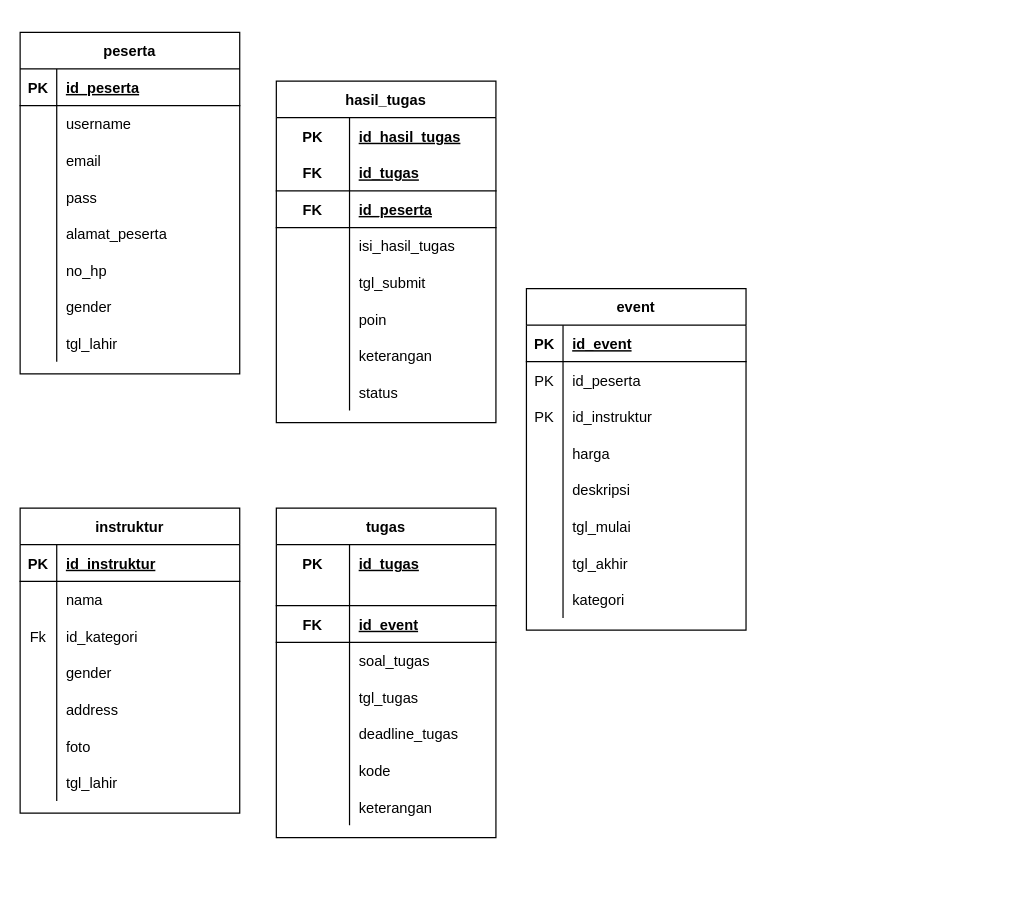
Earlier version of the draw.io diagram erdDashboard.drawio (WahyuOzora1/DiklatBDI). Source tidied: cells renumbered, new cells numbered last; positions are measured from the earlier drawing's top-left corner, leaving out a move shared by most shapes. Both pictures are drawn from the tidied source at 122%, with x=0, y=0 at pixel (20, 32).
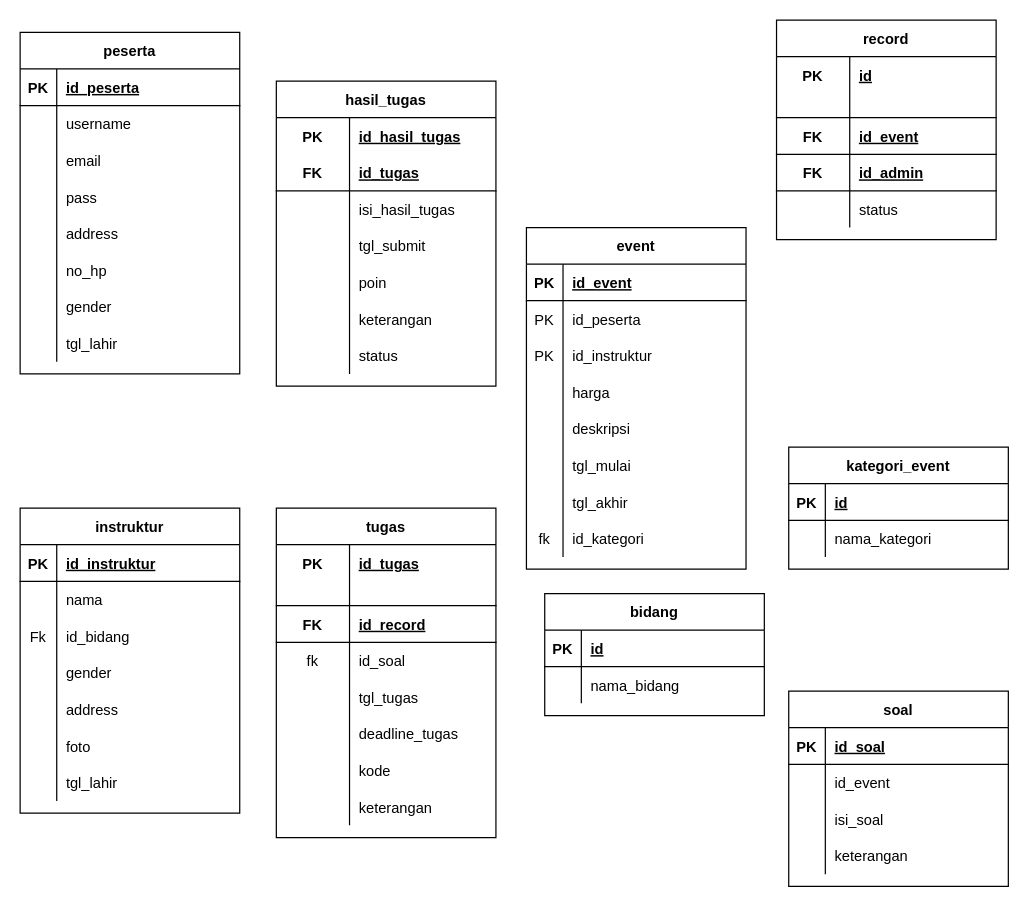
The same page after the edit.

Unchanged cells that the change refers to:
```xml
<mxCell id="15" style="shape=partialRectangle;fillColor=none;top=0;left=0;bottom=0;right=0;" parent="2" vertex="1">
  <mxGeometry y="150" width="180" height="30" as="geometry" />
</mxCell>
<mxCell id="74" style="shape=partialRectangle;fillColor=none;top=0;left=0;bottom=0;right=0;" parent="52" vertex="1">
  <mxGeometry y="240" width="180" height="30" as="geometry" />
</mxCell>
<mxCell id="84" style="shape=partialRectangle;fillColor=none;top=0;left=0;bottom=0;right=0;" parent="77" vertex="1">
  <mxGeometry y="90" width="180" height="30" as="geometry" />
</mxCell>
<mxCell id="106" style="shape=partialRectangle;fillColor=none;top=0;left=0;bottom=1;right=0;" parent="99" vertex="1">
  <mxGeometry y="80" width="180" height="30" as="geometry" />
</mxCell>
<mxCell id="109" style="shape=partialRectangle;fillColor=none;top=0;left=0;bottom=0;right=0;" parent="99" vertex="1">
  <mxGeometry y="110" width="180" height="30" as="geometry" />
</mxCell>
```

What changed in the source:
```diff
@@
-    <mxCell id="17" value="alamat_peserta" style="shape=partialRectangle;fillColor=none;top=0;left=0;bottom=0;right=0;align=left;spacingLeft=6;overflow=hidden;" parent="15" vertex="1">
+    <mxCell id="17" value="address" style="shape=partialRectangle;fillColor=none;top=0;left=0;bottom=0;right=0;align=left;spacingLeft=6;overflow=hidden;" parent="15" vertex="1">
       <mxGeometry x="30" width="150" height="30" as="geometry" />
     </mxCell>
@@
     <mxCell id="27" value="hasil_tugas" style="shape=table;startSize=30;childLayout=tableLayout;rowLines=0;fontStyle=1;align=center;" parent="1" vertex="1">
-      <mxGeometry x="210" y="40" width="180" height="280" as="geometry" />
+      <mxGeometry x="210" y="40" width="180" height="250" as="geometry" />
     </mxCell>
@@
-    <mxCell id="34" style="shape=partialRectangle;fillColor=none;top=0;left=0;bottom=1;right=0;" parent="27" vertex="1">
-      <mxGeometry y="90" width="180" height="30" as="geometry" />
-    </mxCell>
-    <mxCell id="35" value="FK" style="shape=partialRectangle;fillColor=none;top=0;left=0;bottom=0;right=0;fontStyle=1;overflow=hidden;" parent="34" vertex="1">
-      <mxGeometry width="60" height="30" as="geometry" />
-    </mxCell>
-    <mxCell id="36" value="id_peserta" style="shape=partialRectangle;fillColor=none;top=0;left=0;bottom=0;right=0;align=left;spacingLeft=6;fontStyle=5;overflow=hidden;" parent="34" vertex="1">
-      <mxGeometry x="60" width="120" height="30" as="geometry" />
-    </mxCell>
     <mxCell id="37" style="shape=partialRectangle;fillColor=none;top=0;left=0;bottom=0;right=0;" parent="27" vertex="1">
-      <mxGeometry y="120" width="180" height="30" as="geometry" />
+      <mxGeometry y="90" width="180" height="30" as="geometry" />
     </mxCell>
@@
     <mxCell id="40" style="shape=partialRectangle;fillColor=none;top=0;left=0;bottom=0;right=0;" parent="27" vertex="1">
-      <mxGeometry y="150" width="180" height="30" as="geometry" />
+      <mxGeometry y="120" width="180" height="30" as="geometry" />
     </mxCell>
@@
     <mxCell id="43" style="shape=partialRectangle;fillColor=none;top=0;left=0;bottom=0;right=0;" parent="27" vertex="1">
-      <mxGeometry y="180" width="180" height="30" as="geometry" />
+      <mxGeometry y="150" width="180" height="30" as="geometry" />
     </mxCell>
@@
     <mxCell id="46" style="shape=partialRectangle;fillColor=none;top=0;left=0;bottom=0;right=0;" parent="27" vertex="1">
-      <mxGeometry y="210" width="180" height="30" as="geometry" />
+      <mxGeometry y="180" width="180" height="30" as="geometry" />
     </mxCell>
@@
     <mxCell id="49" style="shape=partialRectangle;fillColor=none;top=0;left=0;bottom=0;right=0;" parent="27" vertex="1">
-      <mxGeometry y="240" width="180" height="30" as="geometry" />
+      <mxGeometry y="210" width="180" height="30" as="geometry" />
     </mxCell>
@@
     <mxCell id="52" value="event" style="shape=table;startSize=30;childLayout=tableLayout;rowLines=0;fontStyle=1;align=center;" parent="1" vertex="1">
-      <mxGeometry x="415" y="210" width="180" height="280" as="geometry" />
+      <mxGeometry x="415" y="160" width="180" height="280" as="geometry" />
     </mxCell>
@@
-    <mxCell id="75" style="shape=partialRectangle;fillColor=none;top=0;left=0;bottom=0;right=0;overflow=hidden;" parent="74" vertex="1">
+    <mxCell id="75" value="fk" style="shape=partialRectangle;fillColor=none;top=0;left=0;bottom=0;right=0;overflow=hidden;" parent="74" vertex="1">
       <mxGeometry width="30" height="30" as="geometry" />
     </mxCell>
-    <mxCell id="76" value="kategori" style="shape=partialRectangle;fillColor=none;top=0;left=0;bottom=0;right=0;align=left;spacingLeft=6;overflow=hidden;" parent="74" vertex="1">
+    <mxCell id="76" value="id_kategori" style="shape=partialRectangle;fillColor=none;top=0;left=0;bottom=0;right=0;align=left;spacingLeft=6;overflow=hidden;" parent="74" vertex="1">
       <mxGeometry x="30" width="150" height="30" as="geometry" />
     </mxCell>
@@
-    <mxCell id="86" value="id_kategori" style="shape=partialRectangle;fillColor=none;top=0;left=0;bottom=0;right=0;align=left;spacingLeft=6;overflow=hidden;" parent="84" vertex="1">
+    <mxCell id="86" value="id_bidang" style="shape=partialRectangle;fillColor=none;top=0;left=0;bottom=0;right=0;align=left;spacingLeft=6;overflow=hidden;" parent="84" vertex="1">
       <mxGeometry x="30" width="150" height="30" as="geometry" />
     </mxCell>
@@
-    <mxCell id="108" value="id_event" style="shape=partialRectangle;fillColor=none;top=0;left=0;bottom=0;right=0;align=left;spacingLeft=6;fontStyle=5;overflow=hidden;" parent="106" vertex="1">
+    <mxCell id="108" value="id_record" style="shape=partialRectangle;fillColor=none;top=0;left=0;bottom=0;right=0;align=left;spacingLeft=6;fontStyle=5;overflow=hidden;" parent="106" vertex="1">
       <mxGeometry x="60" width="120" height="30" as="geometry" />
     </mxCell>
@@
-    <mxCell id="110" style="shape=partialRectangle;fillColor=none;top=0;left=0;bottom=0;right=0;overflow=hidden;" parent="109" vertex="1">
+    <mxCell id="110" value="fk" style="shape=partialRectangle;fillColor=none;top=0;left=0;bottom=0;right=0;overflow=hidden;" parent="109" vertex="1">
       <mxGeometry width="60" height="30" as="geometry" />
     </mxCell>
-    <mxCell id="111" value="soal_tugas" style="shape=partialRectangle;fillColor=none;top=0;left=0;bottom=0;right=0;align=left;spacingLeft=6;overflow=hidden;" parent="109" vertex="1">
+    <mxCell id="111" value="id_soal" style="shape=partialRectangle;fillColor=none;top=0;left=0;bottom=0;right=0;align=left;spacingLeft=6;overflow=hidden;" parent="109" vertex="1">
       <mxGeometry x="60" width="120" height="30" as="geometry" />
     </mxCell>
@@
+    <mxCell id="124" value="record" style="shape=table;startSize=30;childLayout=tableLayout;rowLines=0;fontStyle=1;align=center;" parent="1" vertex="1">
+      <mxGeometry x="620" y="-10" width="180" height="180" as="geometry" />
+    </mxCell>
+    <mxCell id="125" style="shape=partialRectangle;fillColor=none;top=0;left=0;bottom=0;right=0;" parent="124" vertex="1">
+      <mxGeometry y="30" width="180" height="30" as="geometry" />
+    </mxCell>
+    <mxCell id="126" value="PK" style="shape=partialRectangle;fillColor=none;top=0;left=0;bottom=0;right=0;fontStyle=1;overflow=hidden;" parent="125" vertex="1">
+      <mxGeometry width="60" height="30" as="geometry" />
+    </mxCell>
+    <mxCell id="127" value="id" style="shape=partialRectangle;fillColor=none;top=0;left=0;bottom=0;right=0;align=left;spacingLeft=6;fontStyle=5;overflow=hidden;" parent="125" vertex="1">
+      <mxGeometry x="60" width="120" height="30" as="geometry" />
+    </mxCell>
+    <mxCell id="128" style="shape=partialRectangle;fillColor=none;top=0;left=0;bottom=1;right=0;" parent="124" vertex="1">
+      <mxGeometry y="60" width="180" height="20" as="geometry" />
+    </mxCell>
+    <mxCell id="129" style="shape=partialRectangle;fillColor=none;top=0;left=0;bottom=0;right=0;fontStyle=1;overflow=hidden;" parent="128" vertex="1">
+      <mxGeometry width="60" height="20" as="geometry" />
+    </mxCell>
+    <mxCell id="130" style="shape=partialRectangle;fillColor=none;top=0;left=0;bottom=0;right=0;align=left;spacingLeft=6;fontStyle=5;overflow=hidden;" parent="128" vertex="1">
+      <mxGeometry x="60" width="120" height="20" as="geometry" />
+    </mxCell>
+    <mxCell id="131" style="shape=partialRectangle;fillColor=none;top=0;left=0;bottom=1;right=0;" parent="124" vertex="1">
+      <mxGeometry y="80" width="180" height="30" as="geometry" />
+    </mxCell>
+    <mxCell id="132" value="FK" style="shape=partialRectangle;fillColor=none;top=0;left=0;bottom=0;right=0;fontStyle=1;overflow=hidden;" parent="131" vertex="1">
+      <mxGeometry width="60" height="30" as="geometry" />
+    </mxCell>
+    <mxCell id="133" value="id_event" style="shape=partialRectangle;fillColor=none;top=0;left=0;bottom=0;right=0;align=left;spacingLeft=6;fontStyle=5;overflow=hidden;" parent="131" vertex="1">
+      <mxGeometry x="60" width="120" height="30" as="geometry" />
+    </mxCell>
+    <mxCell id="134" style="shape=partialRectangle;fillColor=none;top=0;left=0;bottom=1;right=0;" parent="124" vertex="1">
+      <mxGeometry y="110" width="180" height="30" as="geometry" />
+    </mxCell>
+    <mxCell id="135" value="FK" style="shape=partialRectangle;fillColor=none;top=0;left=0;bottom=0;right=0;fontStyle=1;overflow=hidden;" parent="134" vertex="1">
+      <mxGeometry width="60" height="30" as="geometry" />
+    </mxCell>
+    <mxCell id="136" value="id_admin" style="shape=partialRectangle;fillColor=none;top=0;left=0;bottom=0;right=0;align=left;spacingLeft=6;fontStyle=5;overflow=hidden;" parent="134" vertex="1">
+      <mxGeometry x="60" width="120" height="30" as="geometry" />
+    </mxCell>
+    <mxCell id="137" style="shape=partialRectangle;fillColor=none;top=0;left=0;bottom=0;right=0;" parent="124" vertex="1">
+      <mxGeometry y="140" width="180" height="30" as="geometry" />
+    </mxCell>
+    <mxCell id="138" style="shape=partialRectangle;fillColor=none;top=0;left=0;bottom=0;right=0;overflow=hidden;" parent="137" vertex="1">
+      <mxGeometry width="60" height="30" as="geometry" />
+    </mxCell>
+    <mxCell id="139" value="status" style="shape=partialRectangle;fillColor=none;top=0;left=0;bottom=0;right=0;align=left;spacingLeft=6;overflow=hidden;" parent="137" vertex="1">
+      <mxGeometry x="60" width="120" height="30" as="geometry" />
+    </mxCell>
+    <mxCell id="140" value="bidang" style="shape=table;startSize=30;childLayout=tableLayout;rowLines=0;fontStyle=1;align=center;" parent="1" vertex="1">
+      <mxGeometry x="430" y="460" width="180" height="100" as="geometry" />
+    </mxCell>
+    <mxCell id="141" style="shape=partialRectangle;fillColor=none;top=0;left=0;bottom=1;right=0;" parent="140" vertex="1">
+      <mxGeometry y="30" width="180" height="30" as="geometry" />
+    </mxCell>
+    <mxCell id="142" value="PK" style="shape=partialRectangle;fillColor=none;top=0;left=0;bottom=0;right=0;fontStyle=1;overflow=hidden;" parent="141" vertex="1">
+      <mxGeometry width="30" height="30" as="geometry" />
+    </mxCell>
+    <mxCell id="143" value="id" style="shape=partialRectangle;fillColor=none;top=0;left=0;bottom=0;right=0;align=left;spacingLeft=6;fontStyle=5;overflow=hidden;" parent="141" vertex="1">
+      <mxGeometry x="30" width="150" height="30" as="geometry" />
+    </mxCell>
+    <mxCell id="144" style="shape=partialRectangle;fillColor=none;top=0;left=0;bottom=0;right=0;" parent="140" vertex="1">
+      <mxGeometry y="60" width="180" height="30" as="geometry" />
+    </mxCell>
+    <mxCell id="145" style="shape=partialRectangle;fillColor=none;top=0;left=0;bottom=0;right=0;overflow=hidden;" parent="144" vertex="1">
+      <mxGeometry width="30" height="30" as="geometry" />
+    </mxCell>
+    <mxCell id="146" value="nama_bidang" style="shape=partialRectangle;fillColor=none;top=0;left=0;bottom=0;right=0;align=left;spacingLeft=6;overflow=hidden;" parent="144" vertex="1">
+      <mxGeometry x="30" width="150" height="30" as="geometry" />
+    </mxCell>
+    <mxCell id="147" value="kategori_event" style="shape=table;startSize=30;childLayout=tableLayout;rowLines=0;fontStyle=1;align=center;" parent="1" vertex="1">
+      <mxGeometry x="630" y="340" width="180" height="100" as="geometry" />
+    </mxCell>
+    <mxCell id="148" style="shape=partialRectangle;fillColor=none;top=0;left=0;bottom=1;right=0;" parent="147" vertex="1">
+      <mxGeometry y="30" width="180" height="30" as="geometry" />
+    </mxCell>
+    <mxCell id="149" value="PK" style="shape=partialRectangle;fillColor=none;top=0;left=0;bottom=0;right=0;fontStyle=1;overflow=hidden;" parent="148" vertex="1">
+      <mxGeometry width="30" height="30" as="geometry" />
+    </mxCell>
+    <mxCell id="150" value="id" style="shape=partialRectangle;fillColor=none;top=0;left=0;bottom=0;right=0;align=left;spacingLeft=6;fontStyle=5;overflow=hidden;" parent="148" vertex="1">
+      <mxGeometry x="30" width="150" height="30" as="geometry" />
+    </mxCell>
+    <mxCell id="151" style="shape=partialRectangle;fillColor=none;top=0;left=0;bottom=0;right=0;" parent="147" vertex="1">
+      <mxGeometry y="60" width="180" height="30" as="geometry" />
+    </mxCell>
+    <mxCell id="152" style="shape=partialRectangle;fillColor=none;top=0;left=0;bottom=0;right=0;overflow=hidden;" parent="151" vertex="1">
+      <mxGeometry width="30" height="30" as="geometry" />
+    </mxCell>
+    <mxCell id="153" value="nama_kategori" style="shape=partialRectangle;fillColor=none;top=0;left=0;bottom=0;right=0;align=left;spacingLeft=6;overflow=hidden;" parent="151" vertex="1">
+      <mxGeometry x="30" width="150" height="30" as="geometry" />
+    </mxCell>
+    <mxCell id="154" value="soal" style="shape=table;startSize=30;childLayout=tableLayout;rowLines=0;fontStyle=1;align=center;" parent="1" vertex="1">
+      <mxGeometry x="630" y="540" width="180" height="160" as="geometry" />
+    </mxCell>
+    <mxCell id="155" style="shape=partialRectangle;fillColor=none;top=0;left=0;bottom=1;right=0;" parent="154" vertex="1">
+      <mxGeometry y="30" width="180" height="30" as="geometry" />
+    </mxCell>
+    <mxCell id="156" value="PK" style="shape=partialRectangle;fillColor=none;top=0;left=0;bottom=0;right=0;fontStyle=1;overflow=hidden;" parent="155" vertex="1">
+      <mxGeometry width="30" height="30" as="geometry" />
+    </mxCell>
+    <mxCell id="157" value="id_soal" style="shape=partialRectangle;fillColor=none;top=0;left=0;bottom=0;right=0;align=left;spacingLeft=6;fontStyle=5;overflow=hidden;" parent="155" vertex="1">
+      <mxGeometry x="30" width="150" height="30" as="geometry" />
+    </mxCell>
+    <mxCell id="158" style="shape=partialRectangle;fillColor=none;top=0;left=0;bottom=0;right=0;" parent="154" vertex="1">
+      <mxGeometry y="60" width="180" height="30" as="geometry" />
+    </mxCell>
+    <mxCell id="159" style="shape=partialRectangle;fillColor=none;top=0;left=0;bottom=0;right=0;overflow=hidden;" parent="158" vertex="1">
+      <mxGeometry width="30" height="30" as="geometry" />
+    </mxCell>
+    <mxCell id="160" value="id_event" style="shape=partialRectangle;fillColor=none;top=0;left=0;bottom=0;right=0;align=left;spacingLeft=6;overflow=hidden;" parent="158" vertex="1">
+      <mxGeometry x="30" width="150" height="30" as="geometry" />
+    </mxCell>
+    <mxCell id="161" style="shape=partialRectangle;fillColor=none;top=0;left=0;bottom=0;right=0;" parent="154" vertex="1">
+      <mxGeometry y="90" width="180" height="30" as="geometry" />
+    </mxCell>
+    <mxCell id="162" style="shape=partialRectangle;fillColor=none;top=0;left=0;bottom=0;right=0;overflow=hidden;" parent="161" vertex="1">
+      <mxGeometry width="30" height="30" as="geometry" />
+    </mxCell>
+    <mxCell id="163" value="isi_soal" style="shape=partialRectangle;fillColor=none;top=0;left=0;bottom=0;right=0;align=left;spacingLeft=6;overflow=hidden;" parent="161" vertex="1">
+      <mxGeometry x="30" width="150" height="30" as="geometry" />
+    </mxCell>
+    <mxCell id="164" style="shape=partialRectangle;fillColor=none;top=0;left=0;bottom=0;right=0;" parent="154" vertex="1">
+      <mxGeometry y="120" width="180" height="30" as="geometry" />
+    </mxCell>
+    <mxCell id="165" style="shape=partialRectangle;fillColor=none;top=0;left=0;bottom=0;right=0;overflow=hidden;" parent="164" vertex="1">
+      <mxGeometry width="30" height="30" as="geometry" />
+    </mxCell>
+    <mxCell id="166" value="keterangan" style="shape=partialRectangle;fillColor=none;top=0;left=0;bottom=0;right=0;align=left;spacingLeft=6;overflow=hidden;" parent="164" vertex="1">
+      <mxGeometry x="30" width="150" height="30" as="geometry" />
+    </mxCell>
```
